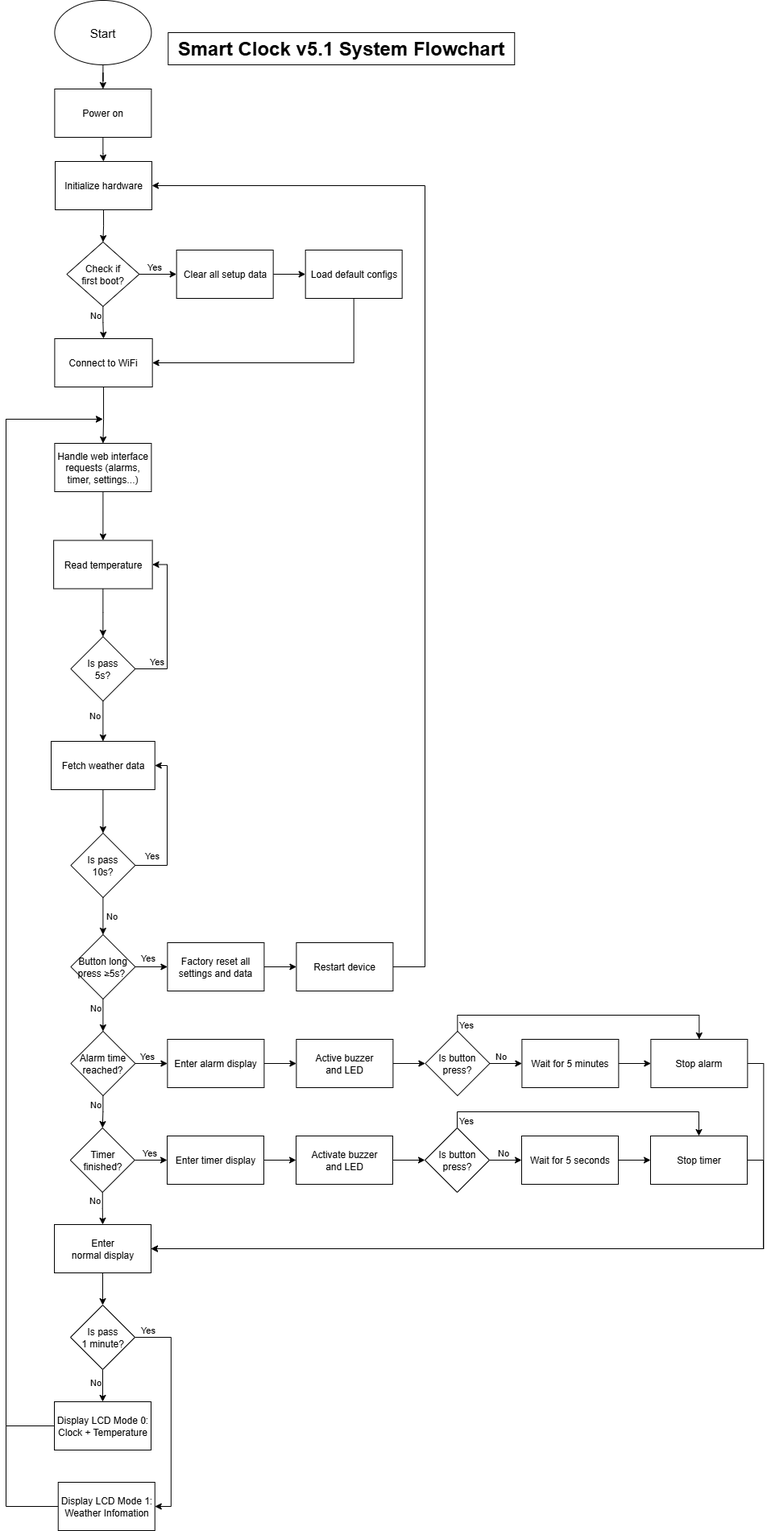
lgdlong/digital-clock-iot-g1 keeps this draw.io diagram as docs/flowchart.drawio.png. Above is the earlier version. Source tidied: cells renumbered, new cells last; positions are measured from the earlier drawing's top-left corner, leaving out a move shared by most shapes.
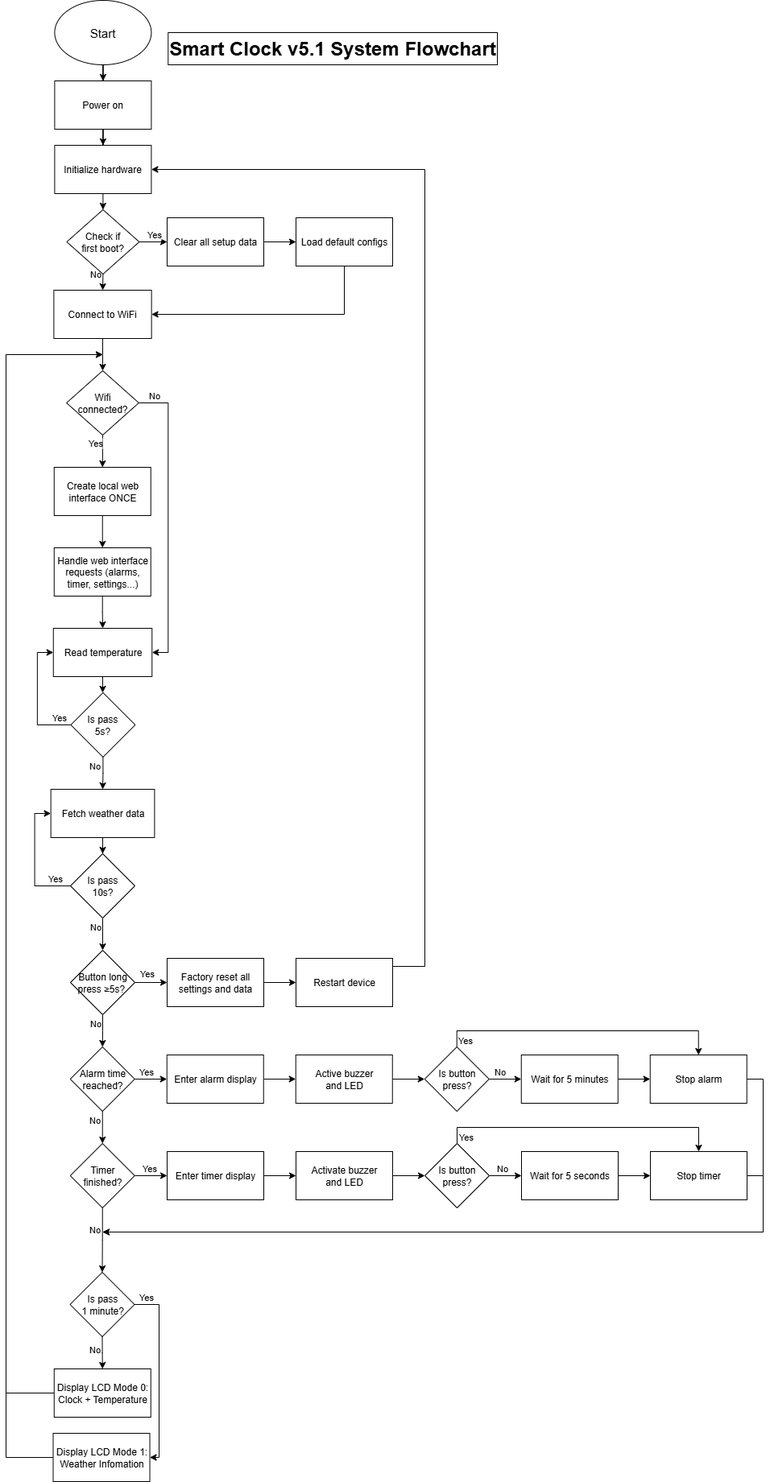
After the commit.

Commit message:
Update flowchart image to reflect recent changes in the project structure

Change to the diagram source:
```diff
@@ -11,3 +11,3 @@
     <mxCell id="4" value="&lt;font style=&quot;font-size: 24px;&quot;&gt;Smart Clock v5.1 System Flowchart&lt;/font&gt;" style="rounded=0;whiteSpace=wrap;html=1;fillColor=#FFFFFF;strokeColor=#000000;fontSize=16;fontStyle=1;" parent="1" vertex="1">
-      <mxGeometry x="201.3" y="40" width="430" height="40" as="geometry" />
+      <mxGeometry x="201.3" y="40" width="408.7" height="40" as="geometry" />
     </mxCell>
@@ -17,3 +17,3 @@
     <mxCell id="6" value="Power on" style="rounded=0;whiteSpace=wrap;html=1;strokeWidth=1;" parent="1" vertex="1">
-      <mxGeometry x="60.4" y="110" width="120" height="60" as="geometry" />
+      <mxGeometry x="60.4" y="100" width="120" height="60" as="geometry" />
     </mxCell>
@@ -23,3 +23,3 @@
     <mxCell id="8" value="Clear all setup data" style="rounded=0;whiteSpace=wrap;html=1;strokeWidth=1;" parent="1" vertex="1">
-      <mxGeometry x="211.7" y="310" width="120" height="60" as="geometry" />
+      <mxGeometry x="200" y="270" width="120" height="60" as="geometry" />
     </mxCell>
@@ -38,3 +38,3 @@
       <mxGeometry x="-0.51" relative="1" as="geometry">
-        <mxPoint x="-10" y="1" as="offset" />
+        <mxPoint x="-10" y="-5" as="offset" />
       </mxGeometry>
@@ -42,3 +42,3 @@
     <mxCell id="13" value="&lt;div&gt;Check if &lt;br&gt;first boot?&lt;/div&gt;" style="rhombus;whiteSpace=wrap;html=1;strokeWidth=1;" parent="1" vertex="1">
-      <mxGeometry x="75.4" y="300" width="90" height="80" as="geometry" />
+      <mxGeometry x="75.4" y="260" width="90" height="80" as="geometry" />
     </mxCell>
@@ -48,14 +48,9 @@
     <mxCell id="15" value="Initialize hardware" style="rounded=0;whiteSpace=wrap;html=1;strokeWidth=1;" parent="1" vertex="1">
-      <mxGeometry x="61" y="200" width="120" height="60" as="geometry" />
+      <mxGeometry x="60.4" y="180" width="120" height="60" as="geometry" />
     </mxCell>
-    <mxCell id="16" style="edgeStyle=orthogonalEdgeStyle;rounded=0;jettySize=auto;html=1;exitX=0.5;exitY=1;exitDx=0;exitDy=0;entryX=0.5;entryY=0;entryDx=0;entryDy=0;" parent="1" edge="1" source="17" target="25">
-      <mxGeometry relative="1" as="geometry">
-        <Array as="points">
-          <mxPoint x="121" y="520" />
-          <mxPoint x="120" y="520" />
-        </Array>
-      </mxGeometry>
-    </mxCell>
+    <mxCell id="98" style="edgeStyle=orthogonalEdgeStyle;rounded=0;jettySize=auto;html=1;" parent="1" edge="1" source="17" target="105">
+      <mxGeometry relative="1" as="geometry" />
+    </mxCell>
     <mxCell id="17" value="Connect to WiFi" style="rounded=0;whiteSpace=wrap;html=1;strokeWidth=1;" parent="1" vertex="1">
-      <mxGeometry x="60.4" y="420" width="121.3" height="60" as="geometry" />
+      <mxGeometry x="59.4" y="360" width="121.3" height="60" as="geometry" />
     </mxCell>
@@ -65,3 +60,3 @@
     <mxCell id="19" value="Load default configs" style="rounded=0;whiteSpace=wrap;html=1;strokeWidth=1;" parent="1" vertex="1">
-      <mxGeometry x="371.7" y="310" width="120" height="60" as="geometry" />
+      <mxGeometry x="360" y="270" width="120" height="60" as="geometry" />
     </mxCell>
@@ -71,3 +66,3 @@
     <mxCell id="21" value="Read temperature" style="rounded=0;whiteSpace=wrap;html=1;strokeWidth=1;" parent="1" vertex="1">
-      <mxGeometry x="59.1" y="670.5" width="122.5" height="60" as="geometry" />
+      <mxGeometry x="58.8" y="780" width="122.5" height="60" as="geometry" />
     </mxCell>
@@ -77,3 +72,3 @@
     <mxCell id="23" value="Fetch weather data" style="rounded=0;whiteSpace=wrap;html=1;" parent="1" vertex="1">
-      <mxGeometry x="56" y="920" width="128.8" height="60" as="geometry" />
+      <mxGeometry x="55.6" y="980" width="128.8" height="60" as="geometry" />
     </mxCell>
@@ -83,3 +78,3 @@
     <mxCell id="25" value="Handle web interface requests (alarms, timer, settings...)" style="rounded=0;whiteSpace=wrap;html=1;" parent="1" vertex="1">
-      <mxGeometry x="60.4" y="550" width="120" height="60" as="geometry" />
+      <mxGeometry x="59.8" y="680" width="120" height="60" as="geometry" />
     </mxCell>
@@ -90,3 +85,3 @@
       <mxGeometry x="-0.29" y="3" relative="1" as="geometry">
-        <mxPoint x="7" y="6" as="offset" />
+        <mxPoint x="-13" y="-4" as="offset" />
       </mxGeometry>
@@ -97,3 +92,3 @@
     <mxCell id="29" value="Factory reset all settings and data" style="rounded=0;whiteSpace=wrap;html=1;" parent="1" vertex="1">
-      <mxGeometry x="200.4" y="1170" width="120" height="60" as="geometry" />
+      <mxGeometry x="200" y="1190" width="120" height="60" as="geometry" />
     </mxCell>
@@ -103,3 +98,3 @@
           <mxPoint x="520" y="1200" />
-          <mxPoint x="520" y="230" />
+          <mxPoint x="520" y="210" />
         </Array>
@@ -108,3 +103,3 @@
     <mxCell id="31" value="Restart device" style="rounded=0;whiteSpace=wrap;html=1;" parent="1" vertex="1">
-      <mxGeometry x="360.4" y="1170" width="120" height="60" as="geometry" />
+      <mxGeometry x="360" y="1190" width="120" height="60" as="geometry" />
     </mxCell>
@@ -114,3 +109,3 @@
     <mxCell id="33" value="Enter alarm display" style="rounded=0;whiteSpace=wrap;html=1;" parent="1" vertex="1">
-      <mxGeometry x="200.4" y="1290" width="120" height="60" as="geometry" />
+      <mxGeometry x="199.8" y="1310" width="120" height="60" as="geometry" />
     </mxCell>
@@ -120,9 +115,15 @@
     <mxCell id="35" value="Active buzzer &lt;br&gt;and LED" style="rounded=0;whiteSpace=wrap;html=1;" parent="1" vertex="1">
-      <mxGeometry x="360.4" y="1290" width="120" height="60" as="geometry" />
+      <mxGeometry x="359.8" y="1310" width="120" height="60" as="geometry" />
     </mxCell>
-    <mxCell id="36" style="edgeStyle=orthogonalEdgeStyle;rounded=0;jettySize=auto;html=1;exitX=1;exitY=0.5;exitDx=0;exitDy=0;entryX=1;entryY=0.5;entryDx=0;entryDy=0;" parent="1" edge="1" source="37" target="43">
-      <mxGeometry relative="1" as="geometry" />
+    <mxCell id="36" style="edgeStyle=orthogonalEdgeStyle;rounded=0;jettySize=auto;html=1;exitX=1;exitY=0.5;exitDx=0;exitDy=0;" parent="1" edge="1" source="37">
+      <mxGeometry relative="1" as="geometry">
+        <mxPoint x="120" y="1530" as="targetPoint" />
+        <Array as="points">
+          <mxPoint x="940" y="1340" />
+          <mxPoint x="940" y="1530" />
+        </Array>
+      </mxGeometry>
     </mxCell>
     <mxCell id="37" value="Stop alarm" style="rounded=0;whiteSpace=wrap;html=1;" parent="1" vertex="1">
-      <mxGeometry x="800.4" y="1290" width="120" height="60" as="geometry" />
+      <mxGeometry x="799.8" y="1310" width="120" height="60" as="geometry" />
     </mxCell>
@@ -132,3 +133,3 @@
     <mxCell id="39" value="Enter&amp;nbsp;&lt;span style=&quot;background-color: transparent; color: light-dark(rgb(0, 0, 0), rgb(255, 255, 255));&quot;&gt;timer display&lt;/span&gt;" style="rounded=0;whiteSpace=wrap;html=1;" parent="1" vertex="1">
-      <mxGeometry x="200" y="1410" width="120" height="60" as="geometry" />
+      <mxGeometry x="200" y="1430" width="120" height="60" as="geometry" />
     </mxCell>
@@ -138,10 +139,4 @@
     <mxCell id="41" value="Activate buzzer &lt;br&gt;and LED" style="rounded=0;whiteSpace=wrap;html=1;" parent="1" vertex="1">
-      <mxGeometry x="360" y="1410" width="120" height="60" as="geometry" />
+      <mxGeometry x="360" y="1430" width="120" height="60" as="geometry" />
     </mxCell>
-    <mxCell id="42" style="edgeStyle=orthogonalEdgeStyle;rounded=0;jettySize=auto;html=1;exitX=0.5;exitY=1;exitDx=0;exitDy=0;entryX=0.5;entryY=0;entryDx=0;entryDy=0;" parent="1" edge="1" source="43" target="96">
-      <mxGeometry relative="1" as="geometry" />
-    </mxCell>
-    <mxCell id="43" value="Enter &lt;br&gt;normal display" style="rounded=0;whiteSpace=wrap;html=1;" parent="1" vertex="1">
-      <mxGeometry x="60" y="1520" width="120" height="60" as="geometry" />
-    </mxCell>
     <mxCell id="44" style="edgeStyle=orthogonalEdgeStyle;rounded=0;orthogonalLoop=1;jettySize=auto;html=1;" parent="1" edge="1">
@@ -183,3 +178,3 @@
     <mxCell id="52" value="Button long press&amp;nbsp;≥5s?&amp;nbsp;" style="rhombus;whiteSpace=wrap;html=1;" parent="1" vertex="1">
-      <mxGeometry x="80.4" y="1160" width="80" height="80" as="geometry" />
+      <mxGeometry x="80" y="1180" width="80" height="80" as="geometry" />
     </mxCell>
@@ -202,3 +197,3 @@
     <mxCell id="57" value="Alarm time reached?" style="rhombus;whiteSpace=wrap;html=1;" parent="1" vertex="1">
-      <mxGeometry x="80.4" y="1280" width="80" height="80" as="geometry" />
+      <mxGeometry x="79.8" y="1300" width="80" height="80" as="geometry" />
     </mxCell>
@@ -212,3 +207,3 @@
     </mxCell>
-    <mxCell id="60" style="edgeStyle=orthogonalEdgeStyle;rounded=0;jettySize=auto;html=1;exitX=0.5;exitY=1;exitDx=0;exitDy=0;entryX=0.5;entryY=0;entryDx=0;entryDy=0;" parent="1" edge="1" source="62" target="43">
+    <mxCell id="60" style="edgeStyle=orthogonalEdgeStyle;rounded=0;jettySize=auto;html=1;exitX=0.5;exitY=1;exitDx=0;exitDy=0;entryX=0.5;entryY=0;entryDx=0;entryDy=0;" parent="1" edge="1" source="62" target="96">
       <mxGeometry relative="1" as="geometry" />
@@ -221,3 +216,3 @@
     <mxCell id="62" value="Timer finished?" style="rhombus;whiteSpace=wrap;html=1;" parent="1" vertex="1">
-      <mxGeometry x="79.8" y="1400" width="80" height="80" as="geometry" />
+      <mxGeometry x="79.8" y="1420" width="80" height="80" as="geometry" />
     </mxCell>
@@ -233,8 +228,8 @@
     </mxCell>
-    <mxCell id="65" style="edgeStyle=orthogonalEdgeStyle;rounded=0;jettySize=auto;html=1;entryX=-0.062;entryY=0.366;entryDx=0;entryDy=0;exitX=0;exitY=0.5;exitDx=0;exitDy=0;entryPerimeter=0;" parent="1" edge="1" source="97">
+    <mxCell id="65" style="edgeStyle=orthogonalEdgeStyle;rounded=0;jettySize=auto;html=1;exitX=0;exitY=0.5;exitDx=0;exitDy=0;" parent="1" edge="1" source="97">
       <mxGeometry relative="1" as="geometry">
-        <mxPoint x="120" y="520" as="targetPoint" />
+        <mxPoint x="120" y="440" as="targetPoint" />
         <Array as="points">
-          <mxPoint y="1870" />
-          <mxPoint y="520" />
+          <mxPoint y="1810" />
+          <mxPoint y="440" />
         </Array>
@@ -253,4 +248,4 @@
         <Array as="points">
-          <mxPoint x="560" y="1260" />
-          <mxPoint x="860" y="1260" />
+          <mxPoint x="560" y="1280" />
+          <mxPoint x="860" y="1280" />
         </Array>
@@ -264,3 +259,3 @@
     <mxCell id="70" value="Is button press?" style="rhombus;whiteSpace=wrap;html=1;rounded=0;" parent="1" vertex="1">
-      <mxGeometry x="520.4" y="1280" width="80" height="80" as="geometry" />
+      <mxGeometry x="519.8" y="1300" width="80" height="80" as="geometry" />
     </mxCell>
@@ -270,3 +265,3 @@
     <mxCell id="72" value="Wait for 5 minutes" style="rounded=0;whiteSpace=wrap;html=1;" parent="1" vertex="1">
-      <mxGeometry x="640.4" y="1290" width="120" height="60" as="geometry" />
+      <mxGeometry x="639.8" y="1310" width="120" height="60" as="geometry" />
     </mxCell>
@@ -283,4 +278,4 @@
         <Array as="points">
-          <mxPoint x="560" y="1380" />
-          <mxPoint x="860" y="1380" />
+          <mxPoint x="560" y="1400" />
+          <mxPoint x="860" y="1400" />
         </Array>
@@ -294,3 +289,3 @@
     <mxCell id="77" value="Is button press?" style="rhombus;whiteSpace=wrap;html=1;rounded=0;" parent="1" vertex="1">
-      <mxGeometry x="520" y="1400" width="80" height="80" as="geometry" />
+      <mxGeometry x="520" y="1420" width="80" height="80" as="geometry" />
     </mxCell>
@@ -300,23 +295,16 @@
     <mxCell id="79" value="Wait for 5 seconds" style="whiteSpace=wrap;html=1;rounded=0;" parent="1" vertex="1">
-      <mxGeometry x="640" y="1410" width="120" height="60" as="geometry" />
+      <mxGeometry x="640" y="1430" width="120" height="60" as="geometry" />
     </mxCell>
-    <mxCell id="80" style="edgeStyle=orthogonalEdgeStyle;rounded=0;jettySize=auto;html=1;exitX=1;exitY=0.5;exitDx=0;exitDy=0;entryX=1;entryY=0.5;entryDx=0;entryDy=0;" parent="1" edge="1" source="81" target="43">
-      <mxGeometry relative="1" as="geometry" />
+    <mxCell id="80" style="edgeStyle=orthogonalEdgeStyle;rounded=0;jettySize=auto;html=1;exitX=1;exitY=0.5;exitDx=0;exitDy=0;" parent="1" edge="1" source="81">
+      <mxGeometry relative="1" as="geometry">
+        <mxPoint x="120" y="1530" as="targetPoint" />
+        <Array as="points">
+          <mxPoint x="940" y="1460" />
+          <mxPoint x="940" y="1530" />
+        </Array>
+      </mxGeometry>
     </mxCell>
     <mxCell id="81" value="Stop timer" style="whiteSpace=wrap;html=1;rounded=0;" parent="1" vertex="1">
-      <mxGeometry x="800" y="1410" width="120" height="60" as="geometry" />
+      <mxGeometry x="800" y="1430" width="120" height="60" as="geometry" />
     </mxCell>
-    <mxCell id="82" style="edgeStyle=orthogonalEdgeStyle;rounded=0;jettySize=auto;html=1;exitX=1;exitY=0.5;exitDx=0;exitDy=0;entryX=1;entryY=0.5;entryDx=0;entryDy=0;" parent="1" edge="1" source="86" target="21">
-      <mxGeometry relative="1" as="geometry">
-        <Array as="points">
-          <mxPoint x="200" y="830" />
-          <mxPoint x="200" y="701" />
-        </Array>
-      </mxGeometry>
-    </mxCell>
-    <mxCell id="83" value="Yes" style="edgeLabel;html=1;align=center;verticalAlign=middle;" parent="82" vertex="1">
-      <mxGeometry x="-0.73" y="1" relative="1" as="geometry">
-        <mxPoint y="-9" as="offset" />
-      </mxGeometry>
-    </mxCell>
     <mxCell id="84" style="edgeStyle=orthogonalEdgeStyle;rounded=0;jettySize=auto;html=1;exitX=0.5;exitY=1;exitDx=0;exitDy=0;entryX=0.5;entryY=0;entryDx=0;entryDy=0;" parent="1" edge="1" source="86" target="23">
@@ -326,23 +314,26 @@
       <mxGeometry x="-0.28" y="-2" relative="1" as="geometry">
-        <mxPoint x="-9" as="offset" />
+        <mxPoint x="-9" y="-4" as="offset" />
       </mxGeometry>
     </mxCell>
+    <mxCell id="82" style="edgeStyle=orthogonalEdgeStyle;rounded=0;jettySize=auto;html=1;exitX=0;exitY=0.5;exitDx=0;exitDy=0;entryX=0;entryY=0.5;entryDx=0;entryDy=0;" parent="1" edge="1" source="86" target="21">
+      <mxGeometry relative="1" as="geometry" />
+    </mxCell>
+    <mxCell id="99" value="Yes" style="edgeLabel;html=1;align=center;verticalAlign=middle;" parent="82" vertex="1">
+      <mxGeometry x="-0.77" relative="1" as="geometry">
+        <mxPoint x="2" y="-10" as="offset" />
+      </mxGeometry>
+    </mxCell>
     <mxCell id="86" value="Is pass&lt;br&gt;5s?" style="rhombus;whiteSpace=wrap;html=1;rounded=0;strokeWidth=1;" parent="1" vertex="1">
-      <mxGeometry x="80.4" y="790" width="80" height="80" as="geometry" />
+      <mxGeometry x="80.4" y="860" width="80" height="80" as="geometry" />
     </mxCell>
-    <mxCell id="87" style="edgeStyle=orthogonalEdgeStyle;rounded=0;jettySize=auto;html=1;exitX=1;exitY=0.5;exitDx=0;exitDy=0;entryX=1;entryY=0.5;entryDx=0;entryDy=0;" parent="1" edge="1" source="89" target="23">
-      <mxGeometry relative="1" as="geometry">
-        <Array as="points">
-          <mxPoint x="200" y="1074" />
-          <mxPoint x="200" y="950" />
-        </Array>
-      </mxGeometry>
+    <mxCell id="87" style="edgeStyle=orthogonalEdgeStyle;rounded=0;jettySize=auto;html=1;exitX=0;exitY=0.5;exitDx=0;exitDy=0;entryX=0;entryY=0.5;entryDx=0;entryDy=0;" parent="1" edge="1" source="89" target="23">
+      <mxGeometry relative="1" as="geometry" />
     </mxCell>
-    <mxCell id="88" value="Yes" style="edgeLabel;html=1;align=center;verticalAlign=middle;" parent="87" vertex="1">
-      <mxGeometry x="-0.8" y="1" relative="1" as="geometry">
-        <mxPoint x="2" y="-12" as="offset" />
-      </mxGeometry>
-    </mxCell>
+    <mxCell id="100" value="Yes" style="edgeLabel;html=1;align=center;verticalAlign=middle;" parent="87" vertex="1">
+      <mxGeometry x="-0.7" relative="1" as="geometry">
+        <mxPoint x="3" y="-10" as="offset" />
+      </mxGeometry>
+    </mxCell>
     <mxCell id="89" value="Is pass &lt;br&gt;10s?" style="rhombus;whiteSpace=wrap;html=1;rounded=0;" parent="1" vertex="1">
-      <mxGeometry x="80.4" y="1034" width="80" height="80" as="geometry" />
+      <mxGeometry x="80" y="1060" width="80" height="80" as="geometry" />
     </mxCell>
@@ -350,6 +341,6 @@
       <mxGeometry relative="1" as="geometry">
-        <mxPoint x="120" y="520" as="targetPoint" />
+        <mxPoint x="120" y="440" as="targetPoint" />
         <Array as="points">
-          <mxPoint y="1770" />
-          <mxPoint y="520" />
+          <mxPoint y="1730" />
+          <mxPoint y="440" />
         </Array>
@@ -358,3 +349,3 @@
     <mxCell id="91" value="Display LCD Mode 0:&lt;div&gt;Clock + Temperature&lt;/div&gt;" style="whiteSpace=wrap;html=1;" parent="1" vertex="1">
-      <mxGeometry x="60" y="1740" width="120" height="60" as="geometry" />
+      <mxGeometry x="59.8" y="1700" width="120" height="60" as="geometry" />
     </mxCell>
@@ -369,3 +360,8 @@
     <mxCell id="94" style="edgeStyle=orthogonalEdgeStyle;rounded=0;jettySize=auto;html=1;exitX=1;exitY=0.5;exitDx=0;exitDy=0;entryX=1;entryY=0.5;entryDx=0;entryDy=0;" parent="1" edge="1" source="96" target="97">
-      <mxGeometry relative="1" as="geometry" />
+      <mxGeometry relative="1" as="geometry">
+        <Array as="points">
+          <mxPoint x="190" y="1620" />
+          <mxPoint x="190" y="1810" />
+        </Array>
+      </mxGeometry>
     </mxCell>
@@ -377,7 +373,32 @@
     <mxCell id="96" value="Is pass &lt;br&gt;1 minute?" style="rhombus;whiteSpace=wrap;html=1;" parent="1" vertex="1">
-      <mxGeometry x="80" y="1620" width="80" height="80" as="geometry" />
+      <mxGeometry x="79.5" y="1580" width="80" height="80" as="geometry" />
     </mxCell>
     <mxCell id="97" value="Display LCD Mode 1:&lt;br&gt;Weather Infomation" style="whiteSpace=wrap;html=1;" parent="1" vertex="1">
-      <mxGeometry x="64.8" y="1840" width="120" height="60" as="geometry" />
+      <mxGeometry x="58.5" y="1780" width="120" height="60" as="geometry" />
     </mxCell>
+    <mxCell id="101" style="edgeStyle=orthogonalEdgeStyle;rounded=0;jettySize=auto;html=1;exitX=0.5;exitY=1;exitDx=0;exitDy=0;entryX=0.5;entryY=0;entryDx=0;entryDy=0;" parent="1" edge="1" source="105" target="107">
+      <mxGeometry relative="1" as="geometry" />
+    </mxCell>
+    <mxCell id="102" value="Yes" style="edgeLabel;html=1;align=center;verticalAlign=middle;" parent="101" vertex="1">
+      <mxGeometry x="-0.9" y="1" relative="1" as="geometry">
+        <mxPoint x="-11" y="8" as="offset" />
+      </mxGeometry>
+    </mxCell>
+    <mxCell id="103" style="edgeStyle=orthogonalEdgeStyle;rounded=0;jettySize=auto;html=1;exitX=1;exitY=0.5;exitDx=0;exitDy=0;entryX=1;entryY=0.5;entryDx=0;entryDy=0;" parent="1" edge="1" source="105" target="21">
+      <mxGeometry relative="1" as="geometry" />
+    </mxCell>
+    <mxCell id="104" value="No" style="edgeLabel;html=1;align=center;verticalAlign=middle;" parent="103" vertex="1">
+      <mxGeometry x="-0.9" y="1" relative="1" as="geometry">
+        <mxPoint y="-9" as="offset" />
+      </mxGeometry>
+    </mxCell>
+    <mxCell id="105" value="Wifi &lt;br&gt;connected?" style="rhombus;whiteSpace=wrap;html=1;rounded=0;strokeWidth=1;" parent="1" vertex="1">
+      <mxGeometry x="75.1" y="460" width="89.8" height="80" as="geometry" />
+    </mxCell>
+    <mxCell id="106" style="edgeStyle=orthogonalEdgeStyle;rounded=0;jettySize=auto;html=1;exitX=0.5;exitY=1;exitDx=0;exitDy=0;entryX=0.5;entryY=0;entryDx=0;entryDy=0;" parent="1" edge="1" source="107" target="25">
+      <mxGeometry relative="1" as="geometry" />
+    </mxCell>
+    <mxCell id="107" value="Create local web interface ONCE" style="rounded=0;whiteSpace=wrap;html=1;" parent="1" vertex="1">
+      <mxGeometry x="59.7" y="580" width="120" height="60" as="geometry" />
+    </mxCell>
   </root>
```
